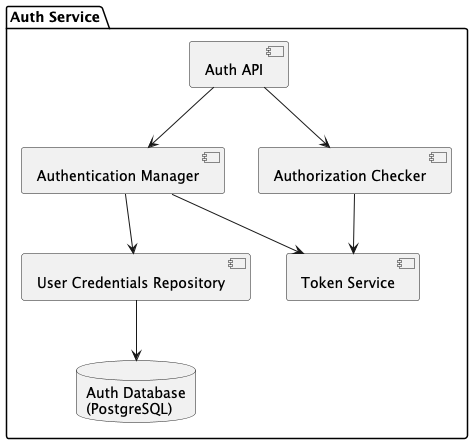
Above: apps/smart_home/.docs/diagrams/ms-c4-components-auth-service.png in t0niq/architecture-warmhouse (PlantUML), before the change.
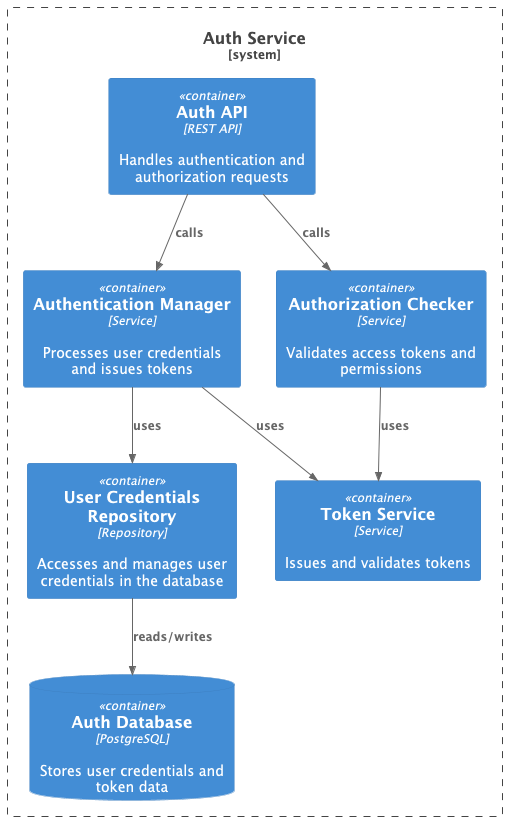
Later version of the same file.

Diff of the diagram source:
```diff
@@ -1,15 +1,20 @@
-@startuml
-package "Auth Service" {
+@startuml C4Component
+!includeurl https://raw.githubusercontent.com/plantuml-stdlib/C4-PlantUML/master/C4_Component.puml
 
-    [Auth API] --> [Authentication Manager]
-    [Auth API] --> [Authorization Checker]
+System_Boundary(auth, "Auth Service") {
+    Container(auth_api, "Auth API", "REST API", "Handles authentication and authorization requests")
+    Container(authentication_manager, "Authentication Manager", "Service", "Processes user credentials and issues tokens")
+    Container(authorization_checker, "Authorization Checker", "Service", "Validates access tokens and permissions")
+    ContainerDb(auth_db, "Auth Database", "PostgreSQL", "Stores user credentials and token data")
+    Container(user_repo, "User Credentials Repository", "Repository", "Accesses and manages user credentials in the database")
+    Container(token_service, "Token Service", "Service", "Issues and validates tokens")
+}
 
-    [Authentication Manager] --> [User Credentials Repository]
-    [Authentication Manager] --> [Token Service]
+Rel(auth_api, authentication_manager, "calls")
+Rel(auth_api, authorization_checker, "calls")
+Rel(authentication_manager, user_repo, "uses")
+Rel(authentication_manager, token_service, "uses")
+Rel(authorization_checker, token_service, "uses")
+Rel(user_repo, auth_db, "reads/writes")
 
-    [Authorization Checker] --> [Token Service]
-
-    database "Auth Database\n(PostgreSQL)" as AuthDb
-    [User Credentials Repository] --> AuthDb
-}
 @enduml
```
